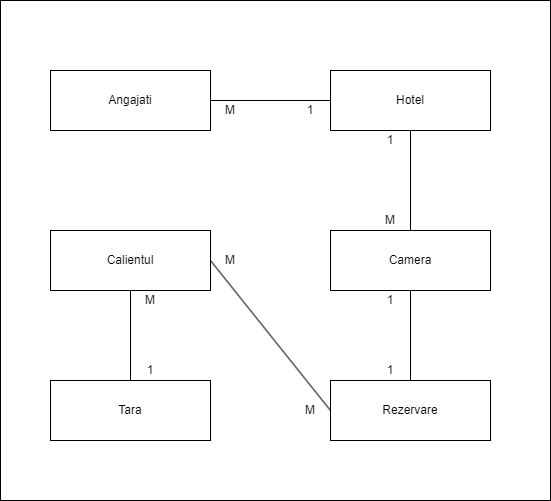
The draw.io diagram diag1.png in yanastany/JavaWeb, before a commit. Source tidied: cells renumbered, new cells last; positions are measured from the earlier drawing's top-left corner, leaving out a move shared by most shapes.
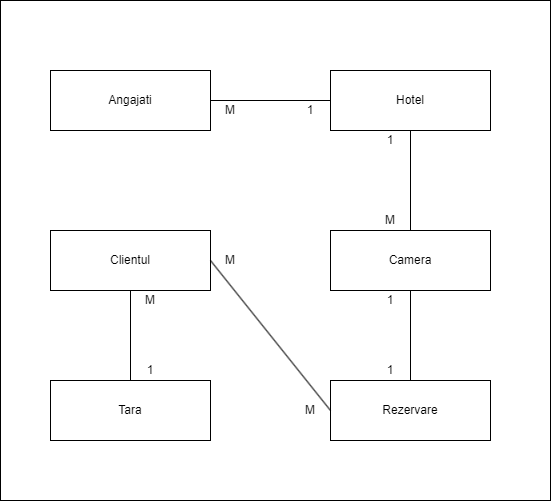
The same file after the commit.

What changed in the source:
```diff
@@ -17,7 +17,7 @@
     <mxCell id="6" value="Rezervare" style="rounded=0;whiteSpace=wrap;html=1;" parent="1" vertex="1">
       <mxGeometry x="330" y="380" width="160" height="60" as="geometry" />
     </mxCell>
-    <mxCell id="7" value="Calientul" style="rounded=0;whiteSpace=wrap;html=1;" parent="1" vertex="1">
+    <mxCell id="7" value="Clientul" style="rounded=0;whiteSpace=wrap;html=1;" parent="1" vertex="1">
       <mxGeometry x="50" y="230" width="160" height="60" as="geometry" />
     </mxCell>
     <mxCell id="8" value="Tara" style="rounded=0;whiteSpace=wrap;html=1;" parent="1" vertex="1">
```
